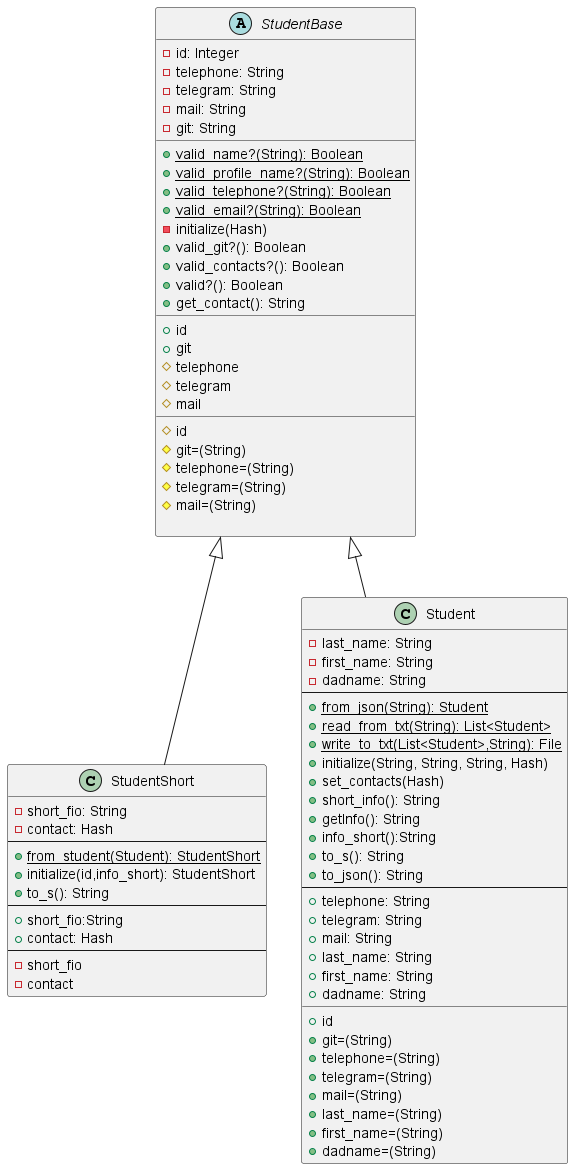
Before: LR2/diagram/StudentClassDiagram.png, a diagram exported from PlantUML (KREEAL/RubyLabs). Source of this version:
```plantuml
@startuml
abstract class StudentBase {
    -id: Integer
    -telephone: String
    -telegram: String
    -mail: String
    -git: String
    __
    +{static}valid_name?(String): Boolean
    +{static}valid_profile_name?(String): Boolean
    +{static}valid_telephone?(String): Boolean
    +{static}valid_email?(String): Boolean
    -initialize(Hash)
    +valid_git?(): Boolean
    +valid_contacts?(): Boolean
    +valid?(): Boolean
    +get_contact(): String
    __
    +id
    +git
    #telephone
    #telegram
    #mail
    __
    #id
    #git=(String)
    #telephone=(String)
    #telegram=(String)
    #mail=(String)

}
class StudentShort extends StudentBase {
    -short_fio: String
    -contact: Hash
    --
    +{static}from_student(Student): StudentShort
    +initialize(id,info_short): StudentShort
    +to_s(): String
    --
    +short_fio:String
    +contact: Hash
    --
    -short_fio
    -contact
}
class Student extends StudentBase{
    -last_name: String
    -first_name: String
    -dadname: String
    --
    +{static}from_json(String): Student
    +{static}read_from_txt(String): List<Student>
    +{static}write_to_txt(List<Student>,String): File
    +initialize(String, String, String, Hash)
    +set_contacts(Hash)
    +short_info(): String
    +getInfo(): String
    +info_short():String
    +to_s(): String
    +to_json(): String
    --
    +telephone: String
    +telegram: String
    +mail: String
    +last_name: String
    +first_name: String
    +dadname: String
    __
    +id
    +git=(String)
    +telephone=(String)
    +telegram=(String)
    +mail=(String)
    +last_name=(String)
    +first_name=(String)
    +dadname=(String)
}

@enduml
```
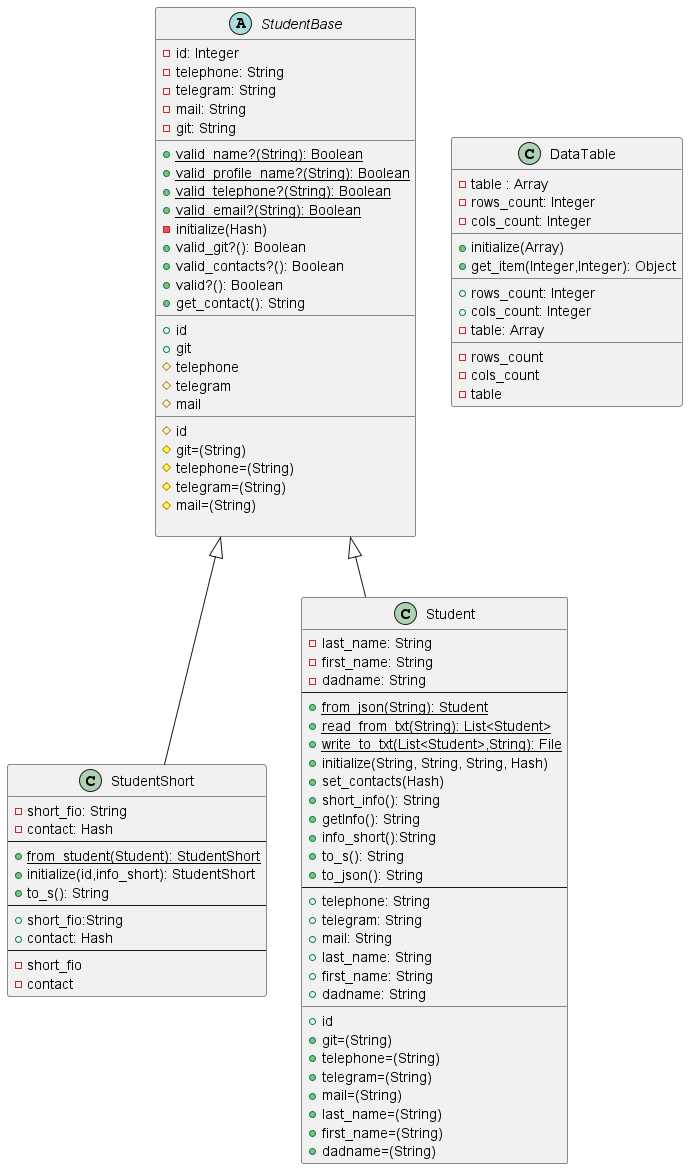
Above is the later version.

Commit message:
Подсчет количества строк и столбцов. Метод получения элемента по строке и столбцу. Отражено на диаграмме классов

Change to the diagram source:
```diff
@@ -76,4 +76,21 @@
     +dadname=(String)
 }
 
+class DataTable{
+    -table : Array
+    -rows_count: Integer
+    -cols_count: Integer
+    __
+    +initialize(Array)
+    +get_item(Integer,Integer): Object
+    __
+    +rows_count: Integer
+    +cols_count: Integer
+    -table: Array
+    __
+    -rows_count
+    -cols_count
+    -table
+}
+
 @enduml
```
